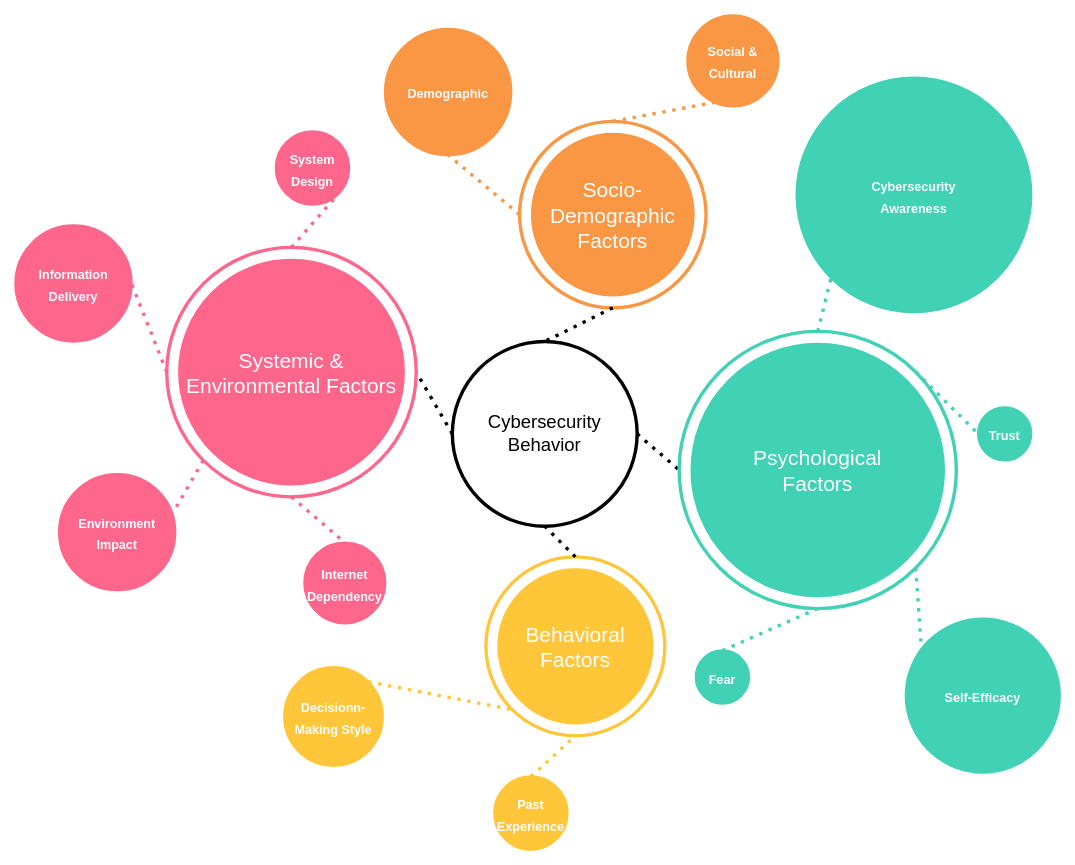
This is page "Page-2" (3 of 4) of Diagrams/Codebook.drawio from HooradAboo/I-CLAIM, a draw.io file, before an edit. Source tidied: cells renumbered, new cells numbered last; positions are measured from the earlier drawing's top-left corner, leaving out a move shared by most shapes. Both pictures are drawn from the tidied source at 84%, with x=0, y=0 at pixel (15, 15).
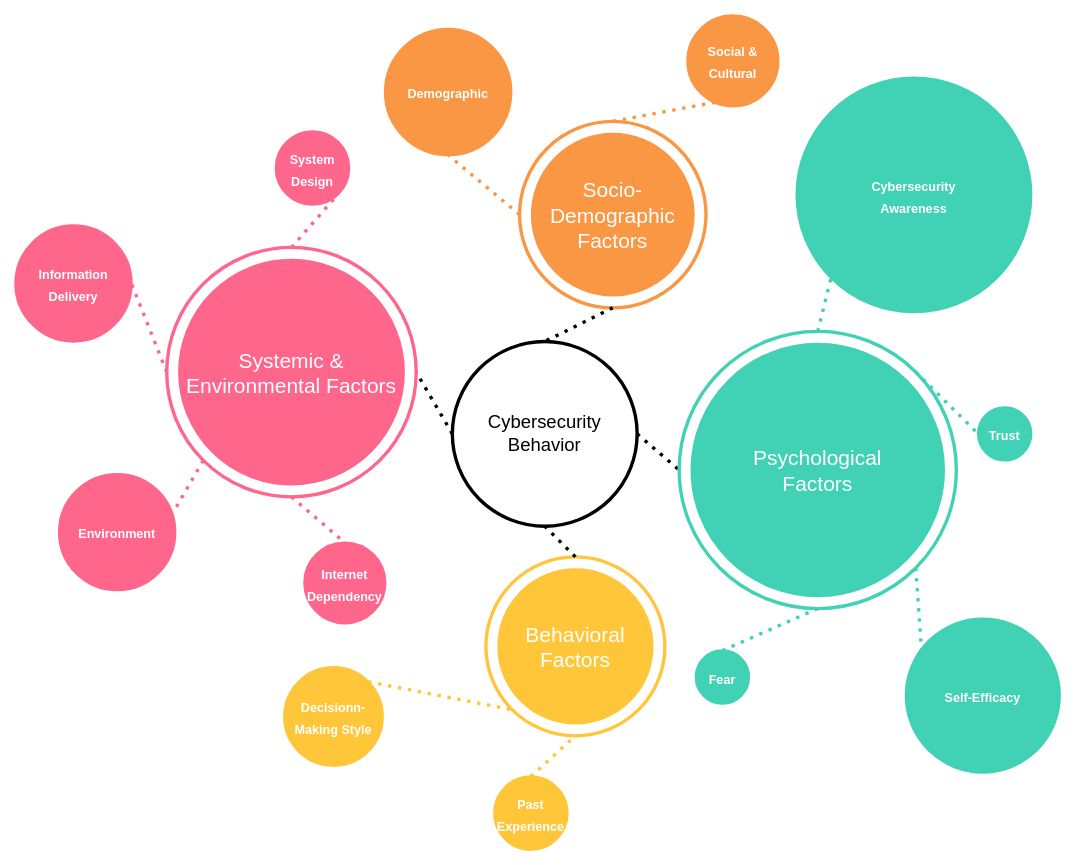
The same page after the edit.

The edit, as a diff of the source:
```diff
@@
-    <mxCell id="12" value="&lt;font style=&quot;color: light-dark(rgb(255, 255, 255), rgb(237, 237, 237)); font-size: 15px;&quot;&gt;Environment Impact&lt;/font&gt;" style="ellipse;whiteSpace=wrap;html=1;strokeWidth=3;fontSize=21;verticalAlign=middle;align=center;fontFamily=Helvetica;fillColor=#FE668C;strokeColor=#FE668C;fontStyle=1;" parent="1" vertex="1">
+    <mxCell id="12" value="&lt;font style=&quot;color: light-dark(rgb(255, 255, 255), rgb(237, 237, 237)); font-size: 15px;&quot;&gt;Environment&lt;/font&gt;" style="ellipse;whiteSpace=wrap;html=1;strokeWidth=3;fontSize=21;verticalAlign=middle;align=center;fontFamily=Helvetica;fillColor=#FE668C;strokeColor=#FE668C;fontStyle=1;" parent="1" vertex="1">
       <mxGeometry x="52" y="546" width="138" height="138" as="geometry" />
     </mxCell>
```
